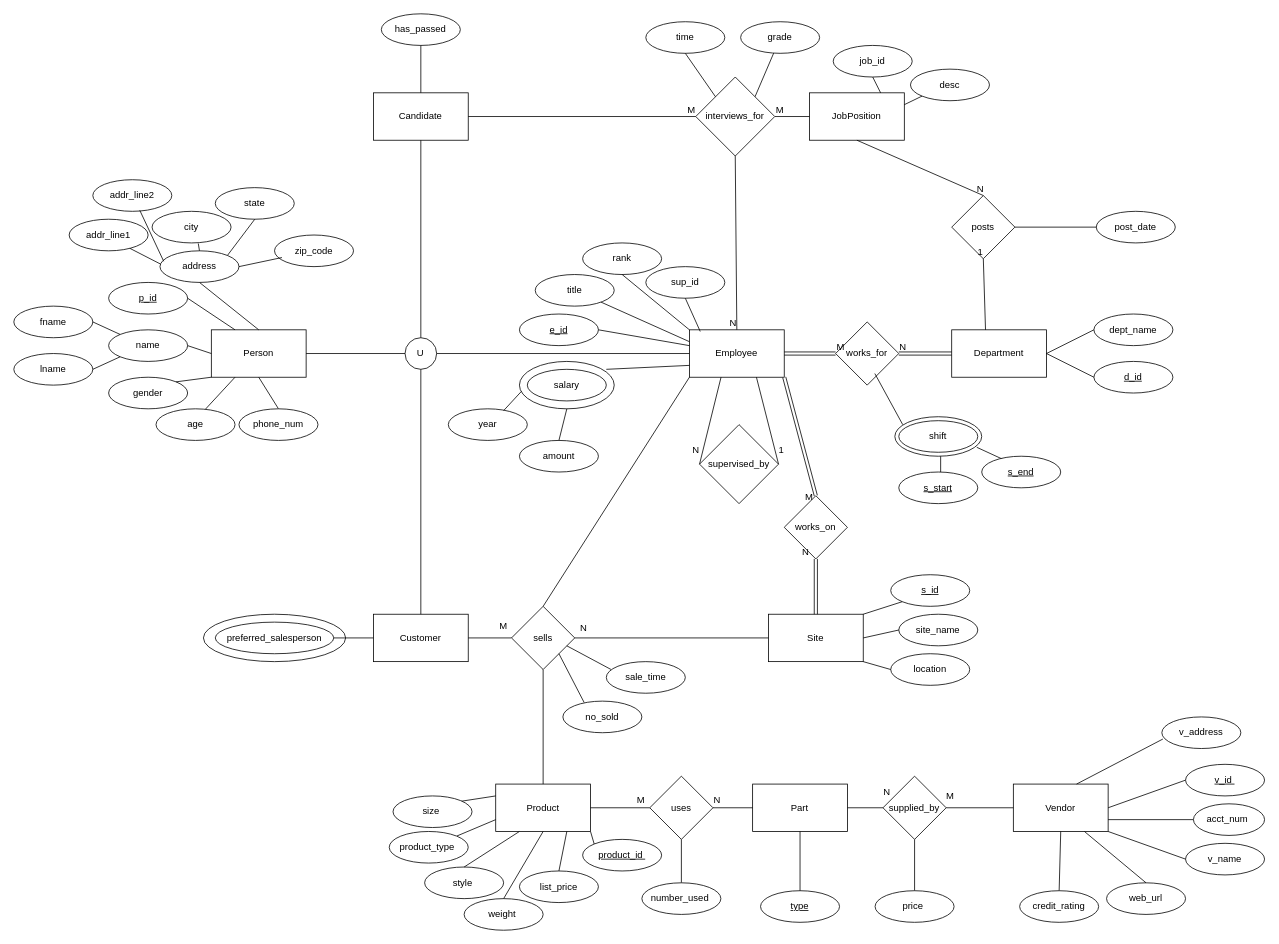
The draw.io diagram EER Diagram.drawio.xml in yams-yams/SQLProject, before the edit. Source tidied: cells renumbered, new cells numbered last; positions are measured from the earlier drawing's top-left corner, leaving out a move shared by most shapes. Both pictures are drawn from the tidied source at 79%, with x=0, y=0 at pixel (13, 13).
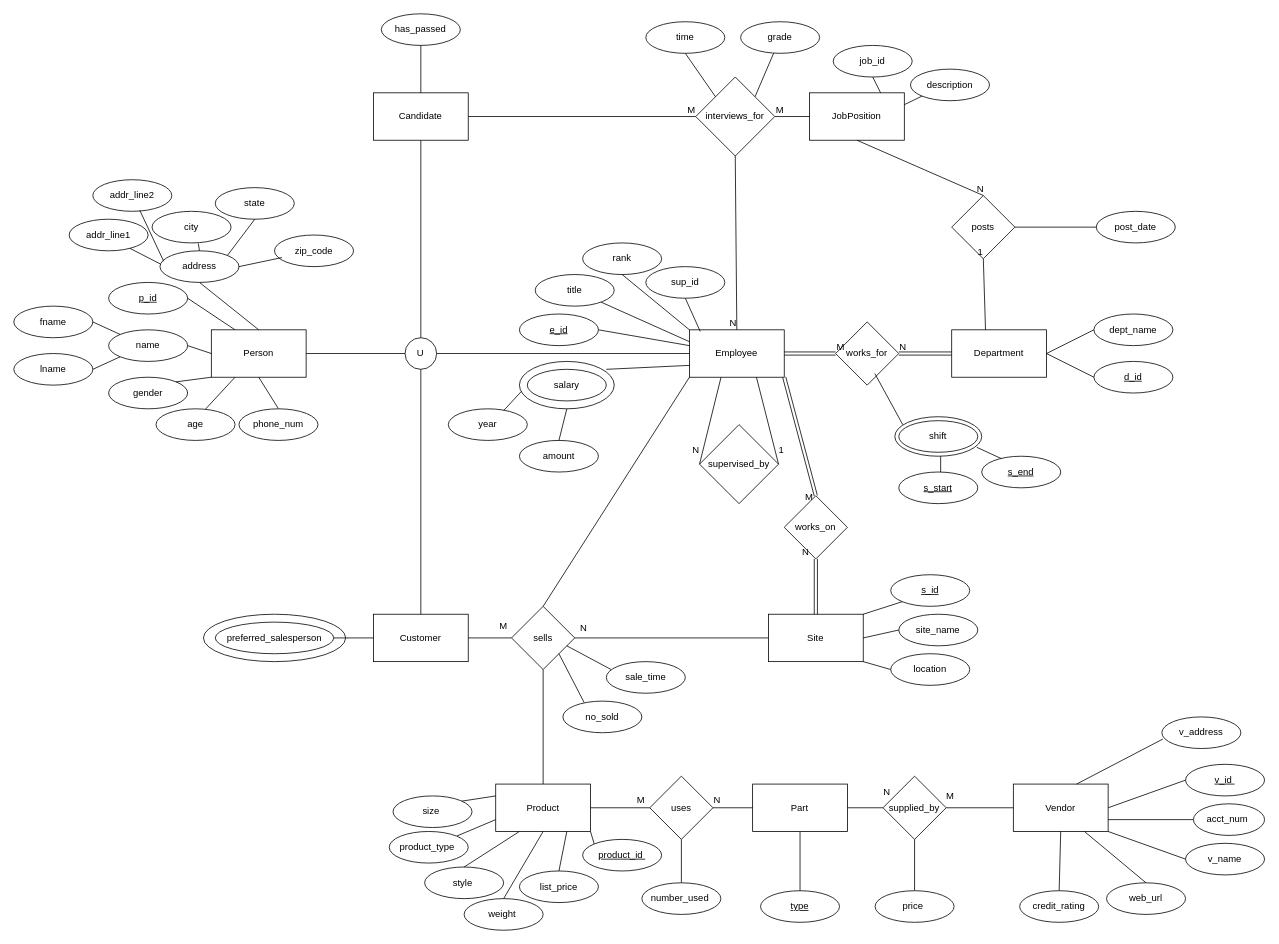
The same page after the edit.

Diff of the diagram source:
```diff
@@
-    <mxCell id="52" value="desc" style="ellipse;whiteSpace=wrap;html=1;align=center;" parent="1" vertex="1">
+    <mxCell id="52" value="description" style="ellipse;whiteSpace=wrap;html=1;align=center;" parent="1" vertex="1">
       <mxGeometry x="1135" y="70" width="100" height="40" as="geometry" />
     </mxCell>
```
